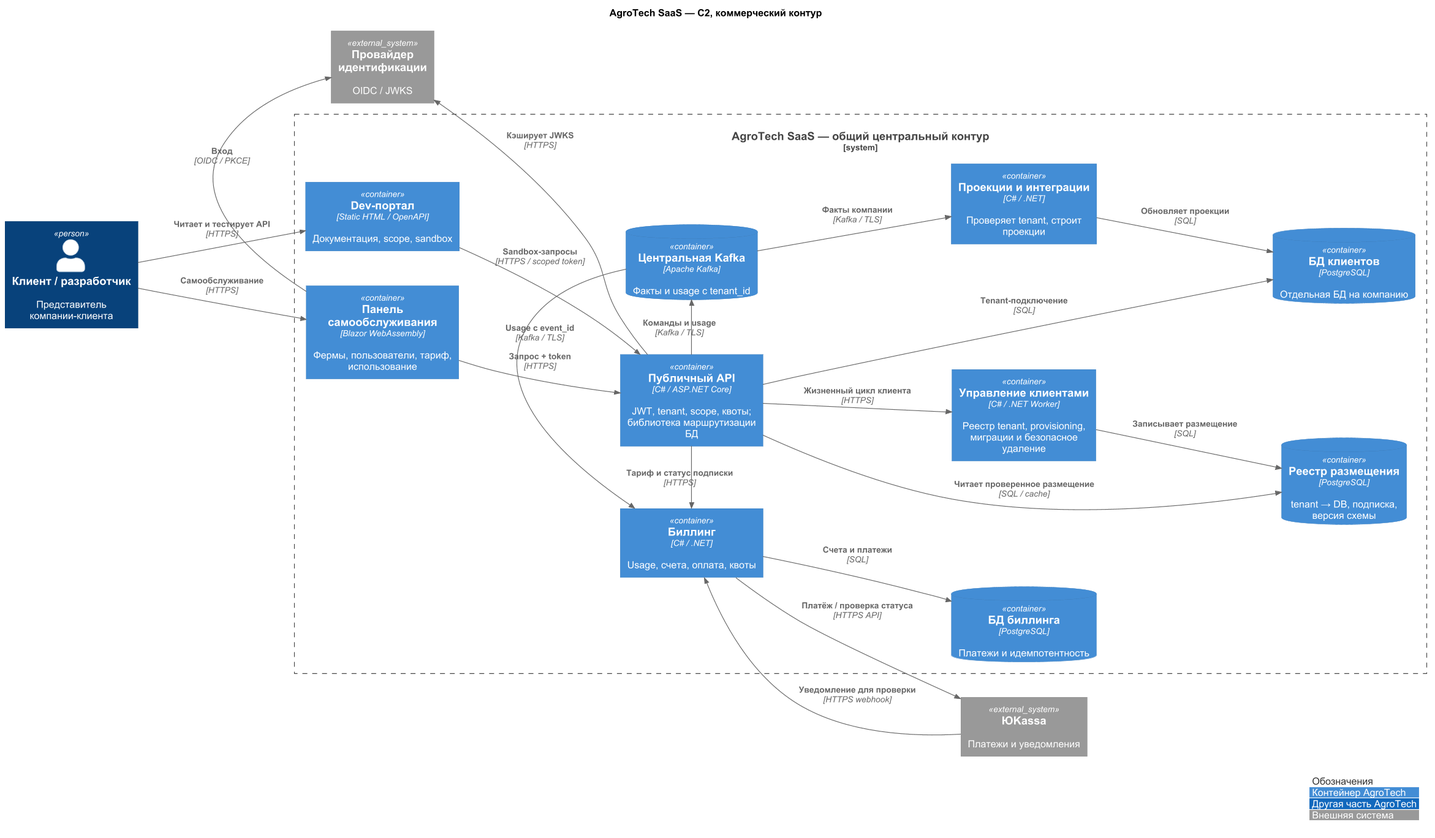
This is Task5/diagrams/c2-saas-tobe.png from rozhkovsvyat/MSA-AgroTech, a PlantUML export, as it was before one commit.
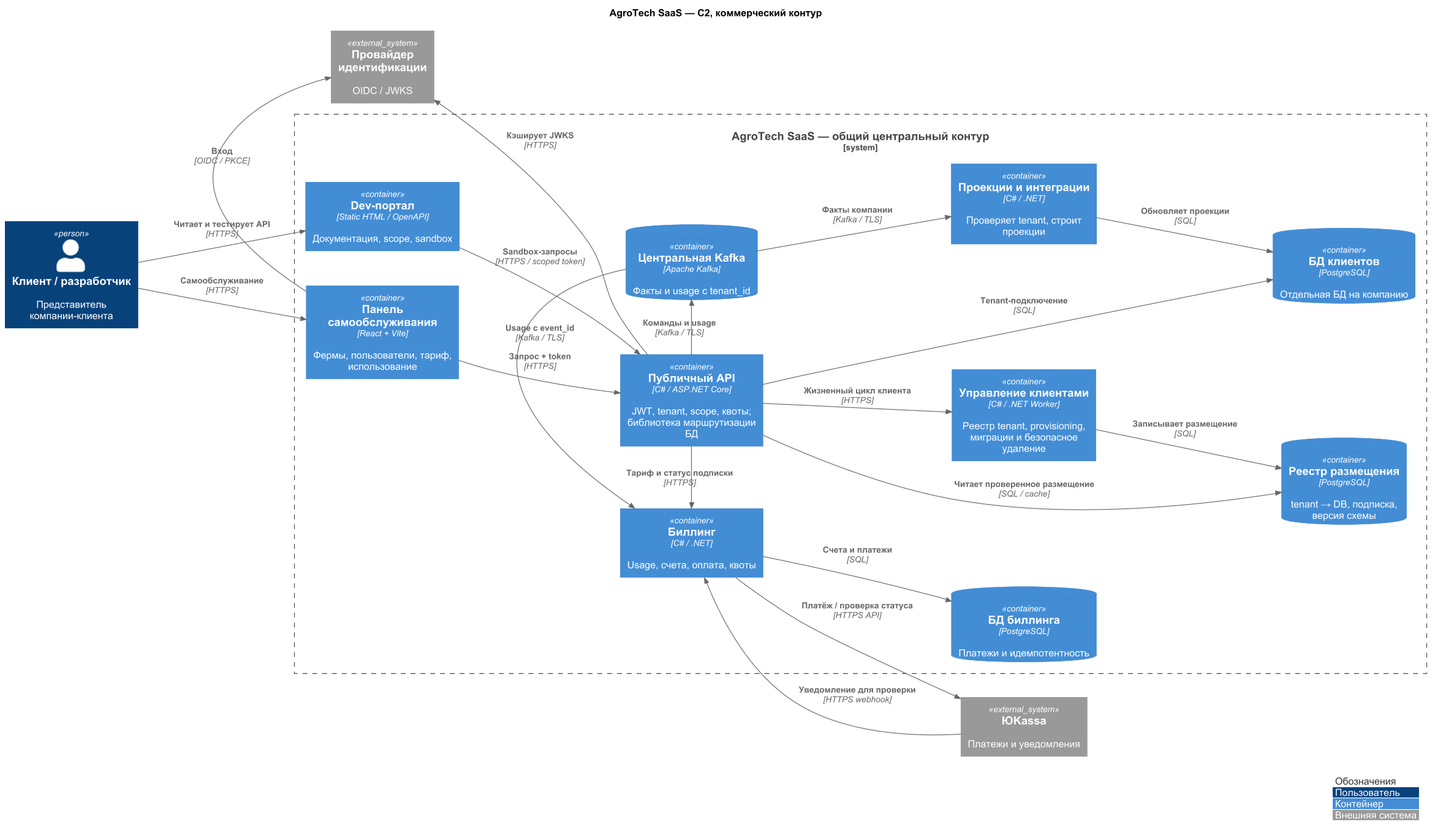
After the commit.

The edit, as a diff of the source:
```diff
@@ -13,7 +13,7 @@
 System_Ext(idp, "Провайдер идентификации", "OIDC / JWKS")
 System_Ext(pay, "ЮKassa", "Платежи и уведомления")
 System_Boundary(saas, "AgroTech SaaS — общий центральный контур") {
- Container(portal, "Панель самообслуживания", "Blazor WebAssembly", "Фермы, пользователи, тариф, использование")
+ Container(portal, "Панель самообслуживания", "React + Vite", "Фермы, пользователи, тариф, использование")
  Container(devportal, "Dev-портал", "Static HTML / OpenAPI", "Документация, scope, sandbox")
  Container(api, "Публичный API", "C# / ASP.NET Core", "JWT, tenant, scope, квоты;\nбиблиотека маршрутизации БД")
  Container(provision, "Управление клиентами", "C# / .NET Worker", "Реестр tenant, provisioning,\nмиграции и безопасное удаление")
@@ -45,8 +45,8 @@
 
 legend right
 |<#FFFFFF><color:#333333> Обозначения |
-|<#438DD5><color:white> Контейнер AgroTech |
-|<#1168BD><color:white> Другая часть AgroTech |
+|<#08427B><color:white> Пользователь |
+|<#438DD5><color:white> Контейнер |
 |<#999999><color:white> Внешняя система |
 endlegend
 @enduml
```
